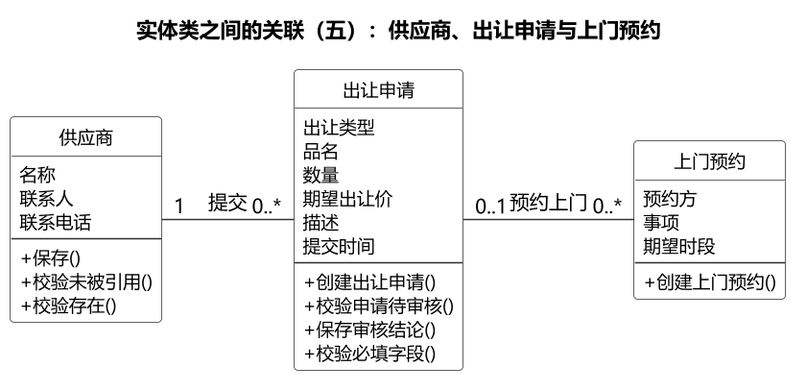
Earlier version of the PlantUML export docs/figs/analysis/05b5-entity-transfer.png (rosefinch55/jade-store-system).
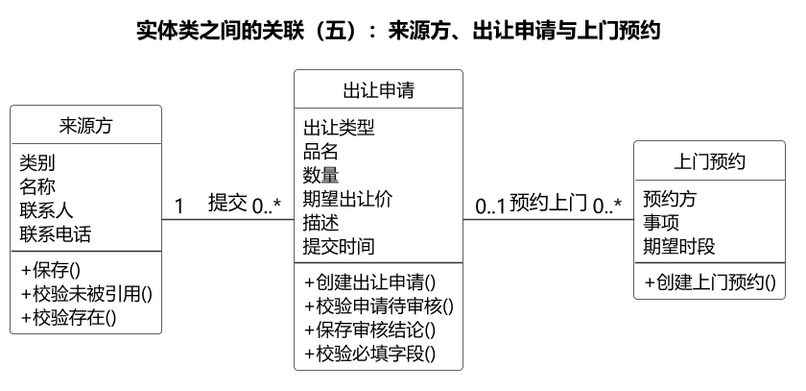
Above is the later version.

Change to the diagram source:
```diff
@@ -16,9 +16,10 @@
 skinparam classBackgroundColor #FFFFFF
 
 
-title 实体类之间的关联（五）：供应商、出让申请与上门预约
+title 实体类之间的关联（五）：来源方、出让申请与上门预约
 
-class "供应商" as E17 {
+class "来源方" as SRC {
+    类别
     名称
     联系人
     联系电话
@@ -48,9 +49,9 @@
     + 创建上门预约()
   }
 
-E17 -[hidden]right- E6
+SRC -[hidden]right- E6
 E6 -[hidden]right- E7
 
-E17 "1" -right- "0..*" E6 : 提交
+SRC "1" -right- "0..*" E6 : 提交
 E6 "0..1" -right- "0..*" E7 : 预约上门
 @enduml
```
